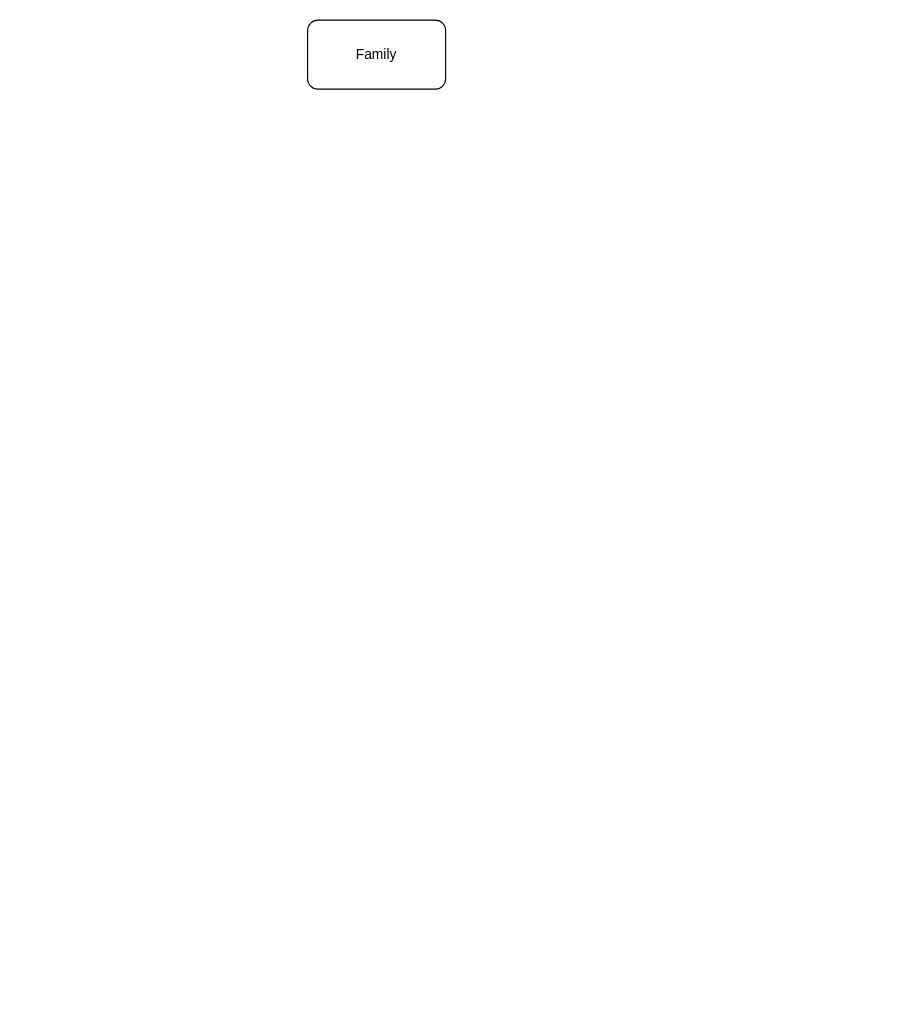
The draw.io diagram Helper.drawio in akansharmn/PlanItOut, before the edit. Source tidied: cells renumbered, new cells numbered last; positions are measured from the earlier drawing's top-left corner, leaving out a move shared by most shapes. Both pictures are drawn from the tidied source at 115%, with x=0, y=0 at pixel (307, 20).
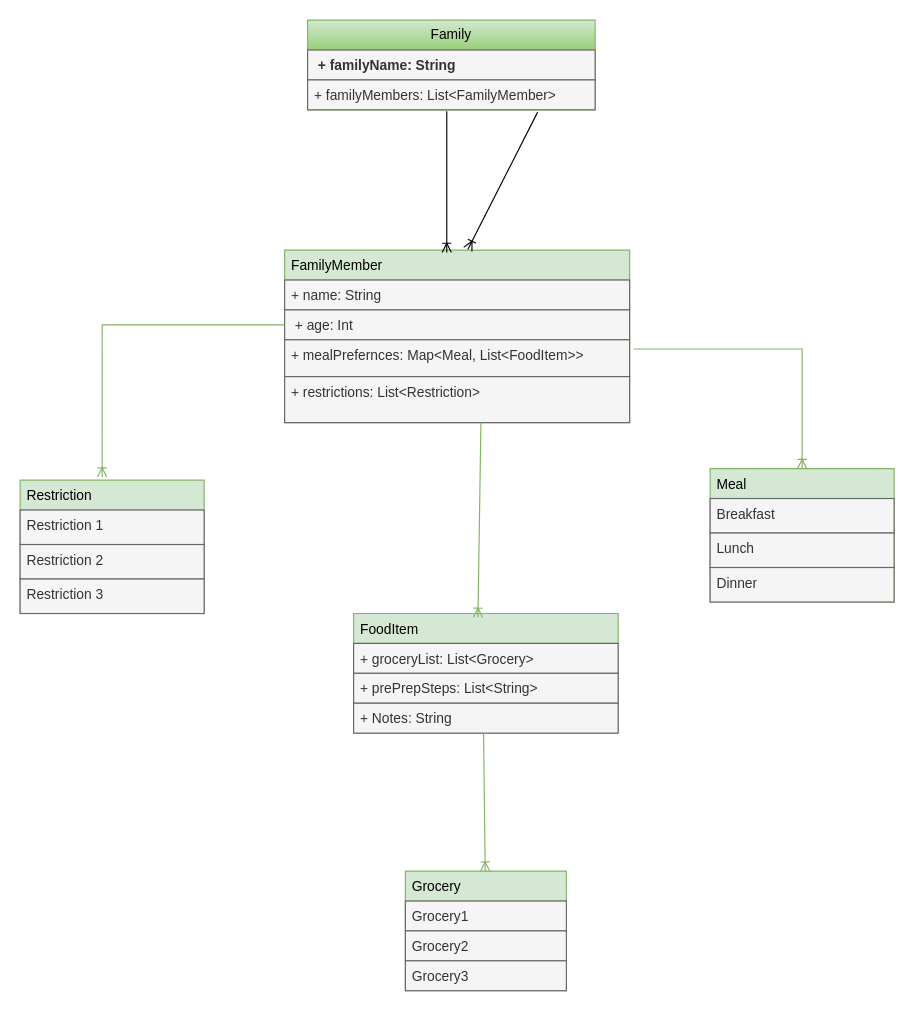
The same diagram, later.

What changed in the source:
```diff
@@
+    <mxCell id="3" value="Meal" style="swimlane;fontStyle=0;horizontal=1;startSize=26;align=left;fontSize=12;strokeColor=#82b366;verticalAlign=top;spacingLeft=4;spacingRight=4;fontFamily=Helvetica;fontColor=default;fillColor=#d5e8d4;gradientColor=none;" parent="1" vertex="1">
+      <mxGeometry x="350" y="390" width="160" height="116" as="geometry" />
+    </mxCell>
+    <mxCell id="4" value="Breakfast" style="text;strokeColor=#666666;fillColor=#f5f5f5;spacingLeft=4;spacingRight=4;overflow=hidden;fontSize=12;whiteSpace=wrap;html=1;fontFamily=Helvetica;fontColor=#333333;" parent="3" vertex="1">
+      <mxGeometry y="26" width="160" height="30" as="geometry" />
+    </mxCell>
+    <mxCell id="5" value="Lunch" style="text;strokeColor=#666666;fillColor=#f5f5f5;spacingLeft=4;spacingRight=4;overflow=hidden;fontSize=12;whiteSpace=wrap;html=1;fontFamily=Helvetica;fontColor=#333333;" parent="3" vertex="1">
+      <mxGeometry y="56" width="160" height="30" as="geometry" />
+    </mxCell>
+    <mxCell id="6" value="Dinner" style="text;strokeColor=#666666;fillColor=#f5f5f5;spacingLeft=4;spacingRight=4;overflow=hidden;fontSize=12;whiteSpace=wrap;html=1;fontFamily=Helvetica;fontColor=#333333;" parent="3" vertex="1">
+      <mxGeometry y="86" width="160" height="30" as="geometry" />
+    </mxCell>
-    <mxCell id="2" value="Family" style="rounded=1;whiteSpace=wrap;html=1;" parent="1" vertex="1">
-      <mxGeometry width="120" height="60" as="geometry" />
+    <mxCell id="2" value="Family" style="swimlane;fontStyle=0;horizontal=1;startSize=26;fillColor=#d5e8d4;whiteSpace=wrap;html=1;gradientColor=#97d077;strokeColor=#82b366;" parent="1" vertex="1">
+      <mxGeometry width="250" height="78" as="geometry" />
     </mxCell>
+    <mxCell id="7" value="&lt;b&gt;&amp;nbsp;+ familyName: String&lt;/b&gt;" style="text;strokeColor=#666666;fillColor=#f5f5f5;align=left;verticalAlign=top;spacingLeft=4;spacingRight=4;overflow=hidden;whiteSpace=wrap;html=1;fontColor=#333333;" parent="2" vertex="1">
+      <mxGeometry y="26" width="250" height="26" as="geometry" />
+    </mxCell>
+    <mxCell id="8" value="+ familyMembers: List&amp;lt;FamilyMember&amp;gt;" style="text;strokeColor=#666666;fillColor=#f5f5f5;align=left;verticalAlign=top;spacingLeft=4;spacingRight=4;overflow=hidden;points=[[0,0.5],[1,0.5]];portConstraint=eastwest;whiteSpace=wrap;html=1;fontColor=#333333;" parent="2" vertex="1">
+      <mxGeometry y="52" width="250" height="26" as="geometry" />
+    </mxCell>
+    <mxCell id="9" value="FamilyMember" style="swimlane;fontStyle=0;horizontal=1;startSize=26;fillColor=#d5e8d4;whiteSpace=wrap;html=1;strokeColor=#82b366;align=left;verticalAlign=top;spacingLeft=4;spacingRight=4;fontFamily=Helvetica;fontSize=12;fontColor=default;gradientColor=none;" parent="1" vertex="1">
+      <mxGeometry x="-20" y="200" width="300" height="150" as="geometry" />
+    </mxCell>
+    <mxCell id="10" value="+ name: String" style="text;strokeColor=#666666;fillColor=#f5f5f5;align=left;verticalAlign=top;spacingLeft=4;spacingRight=4;overflow=hidden;whiteSpace=wrap;html=1;fontFamily=Helvetica;fontSize=12;fontColor=#333333;" parent="9" vertex="1">
+      <mxGeometry y="26" width="300" height="26" as="geometry" />
+    </mxCell>
+    <mxCell id="11" value="&amp;nbsp;+ age: Int" style="text;strokeColor=#666666;fillColor=#f5f5f5;align=left;verticalAlign=top;spacingLeft=4;spacingRight=4;overflow=hidden;points=[[0,0.5],[1,0.5]];portConstraint=eastwest;whiteSpace=wrap;html=1;fontFamily=Helvetica;fontSize=12;fontColor=#333333;" parent="9" vertex="1">
+      <mxGeometry y="52" width="300" height="26" as="geometry" />
+    </mxCell>
+    <mxCell id="12" value="+ mealPrefernces: Map&amp;lt;Meal, List&amp;lt;FoodItem&amp;gt;&amp;gt;" style="text;strokeColor=#666666;fillColor=#f5f5f5;align=left;verticalAlign=top;spacingLeft=4;spacingRight=4;overflow=hidden;points=[[0,0.5],[1,0.5]];portConstraint=eastwest;whiteSpace=wrap;html=1;fontFamily=Helvetica;fontSize=12;fontColor=#333333;" parent="9" vertex="1">
+      <mxGeometry y="78" width="300" height="32" as="geometry" />
+    </mxCell>
+    <mxCell id="13" value="+ restrictions: List&amp;lt;Restriction&amp;gt;" style="text;strokeColor=#666666;fillColor=#f5f5f5;align=left;verticalAlign=top;spacingLeft=4;spacingRight=4;overflow=hidden;points=[[0,0.5],[1,0.5]];portConstraint=eastwest;whiteSpace=wrap;html=1;fontFamily=Helvetica;fontSize=12;fontColor=#333333;" parent="9" vertex="1">
+      <mxGeometry y="110" width="300" height="40" as="geometry" />
+    </mxCell>
+    <mxCell id="14" value="FoodItem" style="swimlane;fontStyle=0;horizontal=1;startSize=26;fillColor=#d5e8d4;whiteSpace=wrap;html=1;strokeColor=#82b366;align=left;verticalAlign=top;spacingLeft=4;spacingRight=4;fontFamily=Helvetica;fontSize=12;fontColor=default;gradientColor=none;" parent="1" vertex="1">
+      <mxGeometry x="40" y="516" width="230" height="104" as="geometry" />
+    </mxCell>
+    <mxCell id="15" value="+ groceryList: List&amp;lt;Grocery&amp;gt;" style="text;strokeColor=#666666;fillColor=#f5f5f5;align=left;verticalAlign=top;spacingLeft=4;spacingRight=4;overflow=hidden;whiteSpace=wrap;html=1;fontFamily=Helvetica;fontSize=12;fontColor=#333333;" parent="14" vertex="1">
+      <mxGeometry y="26" width="230" height="26" as="geometry" />
+    </mxCell>
+    <mxCell id="16" value="+ prePrepSteps: List&amp;lt;String&amp;gt;" style="text;strokeColor=#666666;fillColor=#f5f5f5;align=left;verticalAlign=top;spacingLeft=4;spacingRight=4;overflow=hidden;whiteSpace=wrap;html=1;fontFamily=Helvetica;fontSize=12;fontColor=#333333;" parent="14" vertex="1">
+      <mxGeometry y="52" width="230" height="26" as="geometry" />
+    </mxCell>
+    <mxCell id="17" value="+ Notes: String" style="text;strokeColor=#666666;fillColor=#f5f5f5;align=left;verticalAlign=top;spacingLeft=4;spacingRight=4;overflow=hidden;whiteSpace=wrap;html=1;fontFamily=Helvetica;fontSize=12;fontColor=#333333;" parent="14" vertex="1">
+      <mxGeometry y="78" width="230" height="26" as="geometry" />
+    </mxCell>
+    <mxCell id="18" value="Grocery" style="swimlane;fontStyle=0;horizontal=1;startSize=26;fillColor=#d5e8d4;whiteSpace=wrap;html=1;strokeColor=#82b366;align=left;verticalAlign=top;spacingLeft=4;spacingRight=4;fontFamily=Helvetica;fontSize=12;fontColor=default;gradientColor=none;" parent="1" vertex="1">
+      <mxGeometry x="85" y="740" width="140" height="104" as="geometry" />
+    </mxCell>
+    <mxCell id="19" value="Grocery1" style="text;strokeColor=#666666;fillColor=#f5f5f5;align=left;verticalAlign=top;spacingLeft=4;spacingRight=4;overflow=hidden;whiteSpace=wrap;html=1;fontFamily=Helvetica;fontSize=12;fontColor=#333333;" parent="18" vertex="1">
+      <mxGeometry y="26" width="140" height="26" as="geometry" />
+    </mxCell>
+    <mxCell id="20" value="Grocery2" style="text;strokeColor=#666666;fillColor=#f5f5f5;align=left;verticalAlign=top;spacingLeft=4;spacingRight=4;overflow=hidden;whiteSpace=wrap;html=1;fontFamily=Helvetica;fontSize=12;fontColor=#333333;" parent="18" vertex="1">
+      <mxGeometry y="52" width="140" height="26" as="geometry" />
+    </mxCell>
+    <mxCell id="21" value="Grocery3" style="text;strokeColor=#666666;fillColor=#f5f5f5;align=left;verticalAlign=top;spacingLeft=4;spacingRight=4;overflow=hidden;whiteSpace=wrap;html=1;fontFamily=Helvetica;fontSize=12;fontColor=#333333;" parent="18" vertex="1">
+      <mxGeometry y="78" width="140" height="26" as="geometry" />
+    </mxCell>
+    <mxCell id="22" value="Restriction" style="swimlane;fontStyle=0;horizontal=1;startSize=26;align=left;fontSize=12;strokeColor=#82b366;verticalAlign=top;spacingLeft=4;spacingRight=4;fontFamily=Helvetica;fontColor=default;fillColor=#d5e8d4;gradientColor=none;" parent="1" vertex="1">
+      <mxGeometry x="-250" y="400" width="160" height="116" as="geometry" />
+    </mxCell>
+    <mxCell id="23" value="Restriction 1" style="text;strokeColor=#666666;fillColor=#f5f5f5;spacingLeft=4;spacingRight=4;overflow=hidden;fontSize=12;whiteSpace=wrap;html=1;fontFamily=Helvetica;fontColor=#333333;" parent="22" vertex="1">
+      <mxGeometry y="26" width="160" height="30" as="geometry" />
+    </mxCell>
+    <mxCell id="24" value="Restriction 2" style="text;strokeColor=#666666;fillColor=#f5f5f5;spacingLeft=4;spacingRight=4;overflow=hidden;fontSize=12;whiteSpace=wrap;html=1;fontFamily=Helvetica;fontColor=#333333;" parent="22" vertex="1">
+      <mxGeometry y="56" width="160" height="30" as="geometry" />
+    </mxCell>
+    <mxCell id="25" value="Restriction 3" style="text;strokeColor=#666666;fillColor=#f5f5f5;spacingLeft=4;spacingRight=4;overflow=hidden;fontSize=12;whiteSpace=wrap;html=1;fontFamily=Helvetica;fontColor=#333333;" parent="22" vertex="1">
+      <mxGeometry y="86" width="160" height="30" as="geometry" />
+    </mxCell>
+    <mxCell id="26" style="fontSize=12;html=1;endArrow=ERoneToMany;rounded=0;exitX=0.529;exitY=1.051;exitDx=0;exitDy=0;exitPerimeter=0;entryX=0.531;entryY=-0.004;entryDx=0;entryDy=0;entryPerimeter=0;" parent="1" edge="1" target="9">
+      <mxGeometry relative="1" as="geometry">
+        <mxPoint x="200" y="80" as="sourcePoint" />
+      </mxGeometry>
+    </mxCell>
+    <mxCell id="27" style="fontSize=12;html=1;endArrow=ERoneToMany;rounded=0;exitX=0;exitY=0.5;exitDx=0;exitDy=0;entryX=0.446;entryY=-0.023;entryDx=0;entryDy=0;entryPerimeter=0;edgeStyle=orthogonalEdgeStyle;strokeColor=#82b366;align=left;verticalAlign=top;spacingLeft=4;spacingRight=4;fontFamily=Helvetica;fontColor=default;fillColor=#d5e8d4;gradientColor=none;" parent="1" edge="1" source="11" target="22">
+      <mxGeometry relative="1" as="geometry" />
+    </mxCell>
+    <mxCell id="28" style="fontSize=12;html=1;endArrow=ERoneToMany;rounded=0;exitX=0.569;exitY=1;exitDx=0;exitDy=0;entryX=0.47;entryY=0.032;entryDx=0;entryDy=0;entryPerimeter=0;exitPerimeter=0;strokeColor=#82b366;align=left;verticalAlign=top;spacingLeft=4;spacingRight=4;fontFamily=Helvetica;fontColor=default;fillColor=#d5e8d4;gradientColor=none;" parent="1" edge="1" source="13" target="14">
+      <mxGeometry relative="1" as="geometry" />
+    </mxCell>
+    <mxCell id="29" style="fontSize=12;html=1;endArrow=ERoneToMany;rounded=0;exitX=1.011;exitY=0.25;exitDx=0;exitDy=0;entryX=0.5;entryY=0;entryDx=0;entryDy=0;edgeStyle=orthogonalEdgeStyle;exitPerimeter=0;strokeColor=#82b366;align=left;verticalAlign=top;spacingLeft=4;spacingRight=4;fontFamily=Helvetica;fontColor=default;fillColor=#d5e8d4;gradientColor=none;" parent="1" edge="1" source="12" target="3">
+      <mxGeometry relative="1" as="geometry" />
+    </mxCell>
+    <mxCell id="30" style="fontSize=12;html=1;endArrow=ERoneToMany;rounded=0;exitX=0.569;exitY=1;exitDx=0;exitDy=0;exitPerimeter=0;strokeColor=#82b366;align=left;verticalAlign=top;spacingLeft=4;spacingRight=4;fontFamily=Helvetica;fontColor=default;fillColor=#d5e8d4;gradientColor=none;" parent="1" edge="1" target="18">
+      <mxGeometry relative="1" as="geometry">
+        <mxPoint x="153" y="620" as="sourcePoint" />
+      </mxGeometry>
+    </mxCell>
+    <mxCell id="31" style="fontSize=12;html=1;endArrow=ERoneToMany;rounded=0;exitX=0.484;exitY=1.051;exitDx=0;exitDy=0;entryX=0.446;entryY=-0.023;entryDx=0;entryDy=0;entryPerimeter=0;exitPerimeter=0;" parent="1" edge="1" source="8">
+      <mxGeometry relative="1" as="geometry">
+        <mxPoint x="121" y="202" as="targetPoint" />
+      </mxGeometry>
+    </mxCell>
```
